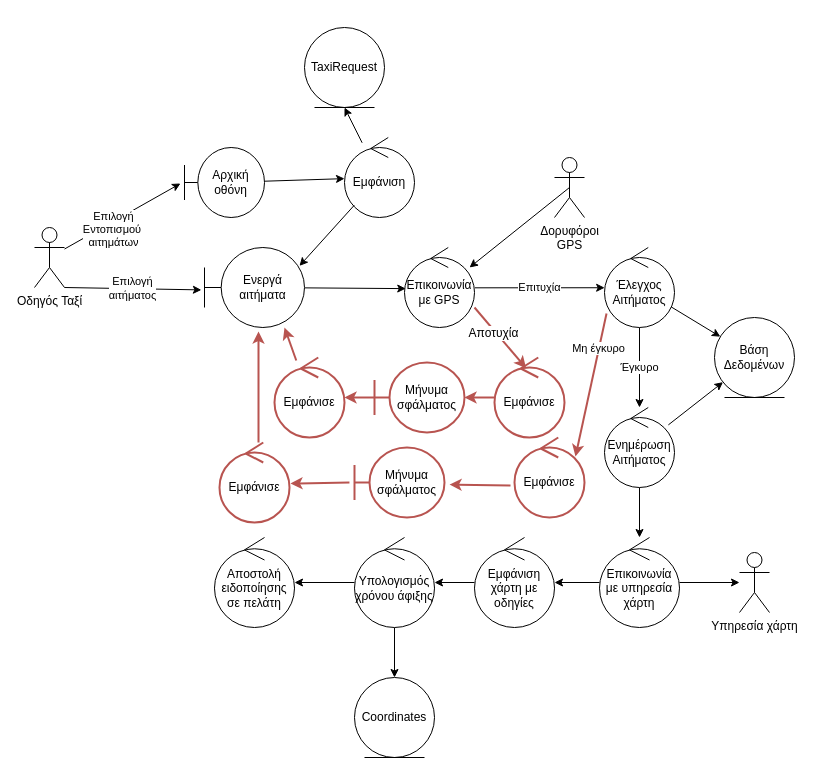
Nikolis2002/texnoligia_logismikou keeps this draw.io diagram as Part_2/Robustness/diagrams/08_Αποδοχή_Αιτήματος_Ταξί.drawio. Above is the earlier version. Source tidied: cells renumbered, new cells numbered last; positions are measured from the earlier drawing's top-left corner, leaving out a move shared by most shapes. Both pictures are drawn from the tidied source at 100%, with x=0, y=0 at pixel (34, 27).
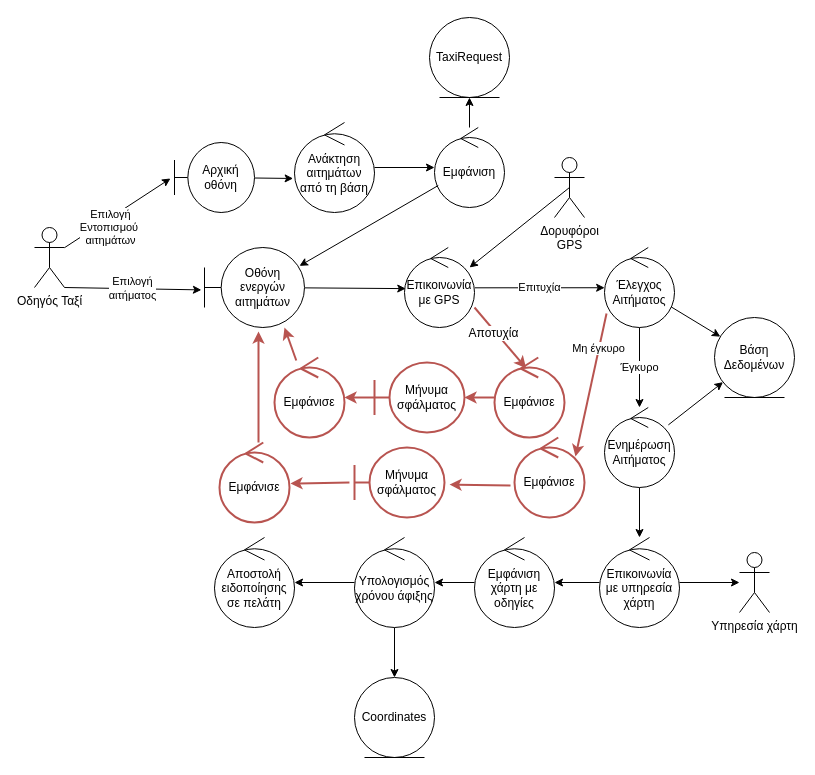
The same page after the edit.

Change to the diagram source:
```diff
@@
-    <mxCell id="7" value="Ενεργά αιτήματα" style="shape=umlBoundary;whiteSpace=wrap;html=1;" parent="1" vertex="1">
+    <mxCell id="7" value="Οθόνη ενεργών αιτημάτων" style="shape=umlBoundary;whiteSpace=wrap;html=1;" parent="1" vertex="1">
       <mxGeometry x="170" y="220" width="100" height="80" as="geometry" />
     </mxCell>
@@
     <mxCell id="17" value="Εμφάνιση" style="ellipse;shape=umlControl;whiteSpace=wrap;html=1;" parent="1" vertex="1">
-      <mxGeometry x="310" y="110" width="70" height="80" as="geometry" />
+      <mxGeometry x="400" y="100" width="70" height="80" as="geometry" />
     </mxCell>
@@
-    <mxCell id="20" style="edgeStyle=none;html=1;" parent="1" edge="1" source="21" target="17">
+    <mxCell id="20" style="edgeStyle=none;html=1;entryX=-0.017;entryY=0.622;entryDx=0;entryDy=0;entryPerimeter=0;" parent="1" edge="1" source="21" target="52">
       <mxGeometry relative="1" as="geometry" />
     </mxCell>
     <mxCell id="21" value="Αρχική οθόνη" style="shape=umlBoundary;whiteSpace=wrap;html=1;" parent="1" vertex="1">
-      <mxGeometry x="150" y="120" width="80" height="70" as="geometry" />
+      <mxGeometry x="140" y="115" width="80" height="70" as="geometry" />
     </mxCell>
@@
     <mxCell id="23" value="TaxiRequest" style="ellipse;shape=umlEntity;whiteSpace=wrap;html=1;" parent="1" vertex="1">
-      <mxGeometry x="270" width="80" height="80" as="geometry" />
+      <mxGeometry x="395" y="-10" width="80" height="80" as="geometry" />
     </mxCell>
@@
+    <mxCell id="51" style="edgeStyle=none;html=1;" parent="1" edge="1" source="52" target="17">
+      <mxGeometry relative="1" as="geometry" />
+    </mxCell>
+    <mxCell id="52" value="Ανάκτηση αιτημάτων από τη βάση" style="ellipse;shape=umlControl;whiteSpace=wrap;html=1;" parent="1" vertex="1">
+      <mxGeometry x="260" y="95" width="80" height="90" as="geometry" />
+    </mxCell>
```
